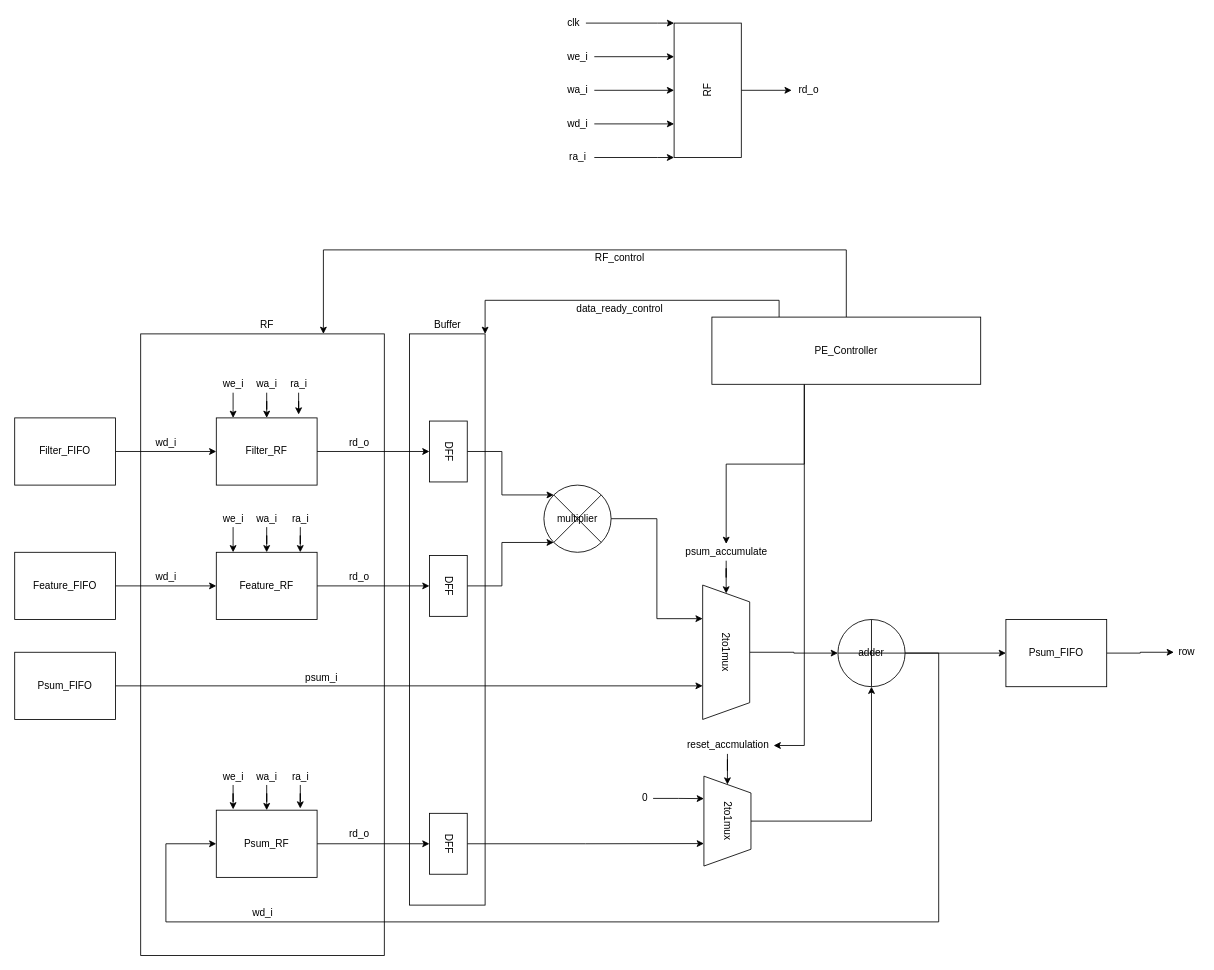
This is DOC/BLOCK_DIAGRAM/PE.drawio from gju06051/TPU_HW_Verilog, a draw.io file, before an edit. Source tidied: cells renumbered, new cells numbered last; positions are measured from the earlier drawing's top-left corner, leaving out a move shared by most shapes. Both pictures are drawn from the tidied source at 84%, with x=0, y=0 at pixel (14, 14).
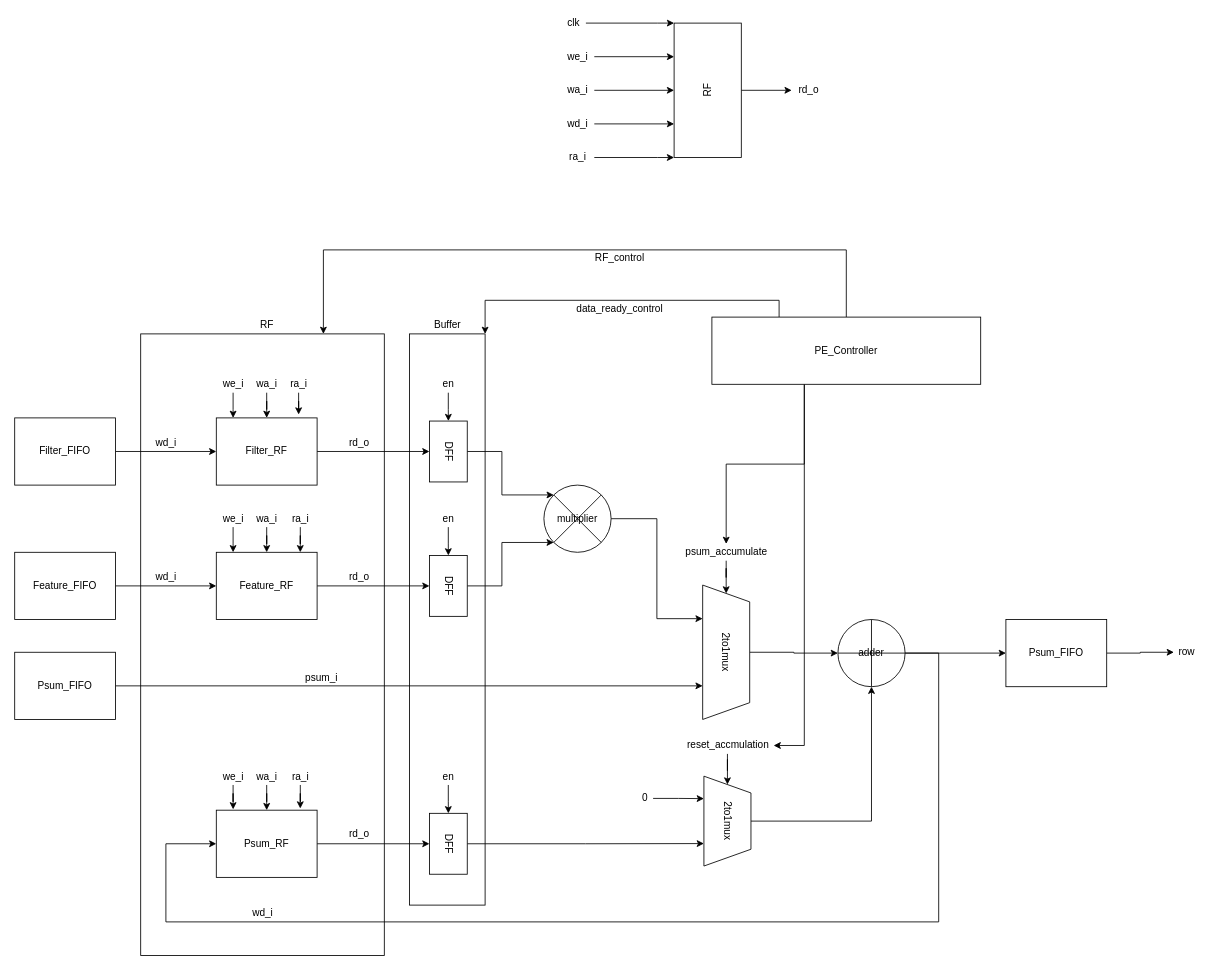
Above is the later version.

Unchanged cells that the change refers to:
```xml
<mxCell id="78" value="DFF" style="rounded=0;whiteSpace=wrap;html=1;rotation=90;" parent="1" vertex="1">
  <mxGeometry x="480" y="497.5" width="72.5" height="45" as="geometry" />
</mxCell>
<mxCell id="80" value="DFF" style="rounded=0;whiteSpace=wrap;html=1;rotation=90;" parent="1" vertex="1">
  <mxGeometry x="480" y="657.5" width="72.5" height="45" as="geometry" />
</mxCell>
<mxCell id="82" value="DFF" style="rounded=0;whiteSpace=wrap;html=1;rotation=90;" parent="1" vertex="1">
  <mxGeometry x="480" y="964.5" width="72.5" height="45" as="geometry" />
</mxCell>
```

The edit, as a diff of the source:
```diff
@@
+    <mxCell id="87" style="edgeStyle=orthogonalEdgeStyle;rounded=0;jettySize=auto;html=1;" parent="1" edge="1" source="88" target="78">
+      <mxGeometry relative="1" as="geometry" />
+    </mxCell>
+    <mxCell id="88" value="en" style="text;html=1;align=center;verticalAlign=middle;points=[];strokeColor=none;fillColor=none;" parent="1" vertex="1">
+      <mxGeometry x="501.2" y="430" width="30" height="20" as="geometry" />
+    </mxCell>
+    <mxCell id="89" style="edgeStyle=orthogonalEdgeStyle;rounded=0;jettySize=auto;html=1;entryX=0;entryY=0.5;entryDx=0;entryDy=0;" parent="1" edge="1" source="90" target="80">
+      <mxGeometry relative="1" as="geometry" />
+    </mxCell>
+    <mxCell id="90" value="en" style="text;html=1;align=center;verticalAlign=middle;points=[];strokeColor=none;fillColor=none;" parent="1" vertex="1">
+      <mxGeometry x="501.2" y="590" width="30" height="20" as="geometry" />
+    </mxCell>
+    <mxCell id="91" style="edgeStyle=orthogonalEdgeStyle;rounded=0;jettySize=auto;html=1;entryX=0;entryY=0.5;entryDx=0;entryDy=0;" parent="1" edge="1" source="92" target="82">
+      <mxGeometry relative="1" as="geometry" />
+    </mxCell>
+    <mxCell id="92" value="en" style="text;html=1;align=center;verticalAlign=middle;points=[];strokeColor=none;fillColor=none;" parent="1" vertex="1">
+      <mxGeometry x="501.2" y="897" width="30" height="20" as="geometry" />
+    </mxCell>
```
